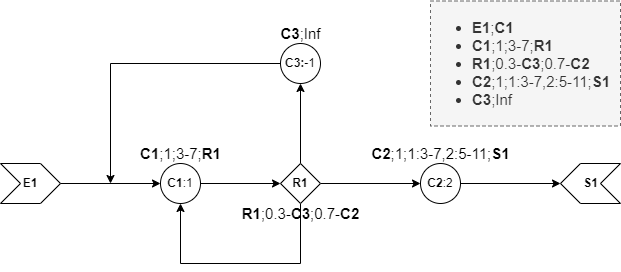
This is Diagrama.png from EdTonatto/UFFS-2022.1-Modelagem_e_simulacao, a draw.io export, as it was before one commit. Source tidied: cells renumbered, new cells last; positions are measured from the earlier drawing's top-left corner, leaving out a move shared by most shapes. Its diagram source:
```xml
<mxGraphModel>
  <root>
    <mxCell id="0" />
    <mxCell id="1" parent="0" />
    <mxCell id="2" style="edgeStyle=orthogonalEdgeStyle;rounded=0;jettySize=auto;html=1;exitX=1;exitY=0.5;exitDx=0;exitDy=0;entryX=0;entryY=0.5;entryDx=0;entryDy=0;" parent="1" edge="1" source="3" target="5">
      <mxGeometry relative="1" as="geometry" />
    </mxCell>
    <mxCell id="3" value="E1" style="shape=step;perimeter=stepPerimeter;whiteSpace=wrap;html=1;fixedSize=1;fontStyle=1;" parent="1" vertex="1">
      <mxGeometry y="162" width="60" height="40" as="geometry" />
    </mxCell>
    <mxCell id="4" style="edgeStyle=orthogonalEdgeStyle;rounded=0;jettySize=auto;html=1;exitX=1;exitY=0.5;exitDx=0;exitDy=0;entryX=0;entryY=0.5;entryDx=0;entryDy=0;" parent="1" edge="1" source="5" target="9">
      <mxGeometry relative="1" as="geometry" />
    </mxCell>
    <mxCell id="5" value="&lt;b&gt;C1&lt;/b&gt;:1" style="ellipse;whiteSpace=wrap;html=1;" parent="1" vertex="1">
      <mxGeometry x="160" y="162" width="40" height="40" as="geometry" />
    </mxCell>
    <mxCell id="6" style="edgeStyle=orthogonalEdgeStyle;rounded=0;jettySize=auto;html=1;exitX=0.5;exitY=1;exitDx=0;exitDy=0;entryX=0.5;entryY=1;entryDx=0;entryDy=0;" parent="1" edge="1" source="9" target="5">
      <mxGeometry relative="1" as="geometry">
        <Array as="points">
          <mxPoint x="300" y="262" />
          <mxPoint x="180" y="262" />
        </Array>
      </mxGeometry>
    </mxCell>
    <mxCell id="7" style="edgeStyle=orthogonalEdgeStyle;rounded=0;jettySize=auto;html=1;exitX=1;exitY=0.5;exitDx=0;exitDy=0;entryX=0;entryY=0.5;entryDx=0;entryDy=0;" parent="1" edge="1" source="9" target="11">
      <mxGeometry relative="1" as="geometry" />
    </mxCell>
    <mxCell id="8" style="edgeStyle=orthogonalEdgeStyle;rounded=0;jettySize=auto;html=1;exitX=0.5;exitY=0;exitDx=0;exitDy=0;entryX=0.5;entryY=1;entryDx=0;entryDy=0;" parent="1" edge="1" source="9" target="14">
      <mxGeometry relative="1" as="geometry" />
    </mxCell>
    <mxCell id="9" value="&lt;b&gt;R1&lt;/b&gt;" style="rhombus;whiteSpace=wrap;html=1;" parent="1" vertex="1">
      <mxGeometry x="280" y="162" width="40" height="40" as="geometry" />
    </mxCell>
    <mxCell id="10" style="edgeStyle=orthogonalEdgeStyle;rounded=0;jettySize=auto;html=1;exitX=1;exitY=0.5;exitDx=0;exitDy=0;entryX=1;entryY=0.5;entryDx=0;entryDy=0;" parent="1" edge="1" source="11" target="12">
      <mxGeometry relative="1" as="geometry" />
    </mxCell>
    <mxCell id="11" value="&lt;b&gt;C2&lt;/b&gt;:2" style="ellipse;whiteSpace=wrap;html=1;" parent="1" vertex="1">
      <mxGeometry x="420" y="162" width="40" height="40" as="geometry" />
    </mxCell>
    <mxCell id="12" style="shape=step;perimeter=stepPerimeter;whiteSpace=wrap;html=1;fixedSize=1;rotation=-180;" parent="1" vertex="1">
      <mxGeometry x="560" y="162" width="60" height="40" as="geometry" />
    </mxCell>
    <mxCell id="13" style="edgeStyle=orthogonalEdgeStyle;rounded=0;jettySize=auto;html=1;exitX=0;exitY=0.5;exitDx=0;exitDy=0;" parent="1" edge="1" source="14">
      <mxGeometry relative="1" as="geometry">
        <mxPoint x="110" y="182" as="targetPoint" />
      </mxGeometry>
    </mxCell>
    <mxCell id="14" value="&lt;b&gt;C3:&lt;/b&gt;-1" style="ellipse;whiteSpace=wrap;html=1;" parent="1" vertex="1">
      <mxGeometry x="280" y="42" width="40" height="40" as="geometry" />
    </mxCell>
    <mxCell id="15" value="C1&lt;span style=&quot;font-weight: normal;&quot;&gt;;1;3-7;&lt;/span&gt;R1" style="text;strokeColor=none;fillColor=none;fontSize=15;fontStyle=1;verticalAlign=middle;align=center;labelBackgroundColor=none;labelBorderColor=none;html=1;" parent="1" vertex="1">
      <mxGeometry x="130" y="132" width="100" height="40" as="geometry" />
    </mxCell>
    <mxCell id="16" value="&lt;b&gt;R1&lt;/b&gt;;0.3-&lt;b&gt;C3&lt;/b&gt;;0.7-&lt;b&gt;C2&lt;/b&gt;" style="text;strokeColor=none;fillColor=none;fontSize=15;fontStyle=0;verticalAlign=middle;align=center;labelBackgroundColor=none;labelBorderColor=none;html=1;" parent="1" vertex="1">
      <mxGeometry x="250" y="192" width="100" height="40" as="geometry" />
    </mxCell>
    <mxCell id="17" value="C2&lt;span style=&quot;font-weight: normal;&quot;&gt;;1;1:3-7,2:5-11;&lt;/span&gt;S1" style="text;strokeColor=none;fillColor=none;fontSize=15;fontStyle=1;verticalAlign=middle;align=center;labelBackgroundColor=none;labelBorderColor=none;html=1;" parent="1" vertex="1">
      <mxGeometry x="390" y="132" width="100" height="40" as="geometry" />
    </mxCell>
    <mxCell id="18" value="C3&lt;span style=&quot;font-weight: normal;&quot;&gt;;Inf&lt;br&gt;&lt;/span&gt;" style="text;strokeColor=none;fillColor=none;fontSize=15;fontStyle=1;verticalAlign=middle;align=center;labelBackgroundColor=none;labelBorderColor=none;html=1;" parent="1" vertex="1">
      <mxGeometry x="250" y="12" width="100" height="40" as="geometry" />
    </mxCell>
    <mxCell id="19" value="S1" style="text;strokeColor=none;fillColor=none;html=1;fontSize=12;fontStyle=1;verticalAlign=middle;align=center;labelBackgroundColor=none;labelBorderColor=none;" parent="1" vertex="1">
      <mxGeometry x="580" y="162" width="20" height="40" as="geometry" />
    </mxCell>
    <mxCell id="20" value="&lt;ul style=&quot;font-size: 15px;&quot;&gt;&lt;li&gt;&lt;b&gt;E1&lt;/b&gt;;&lt;b&gt;C1&lt;/b&gt;&lt;/li&gt;&lt;li&gt;&lt;span style=&quot;font-size: 15px; font-weight: 700; text-align: center;&quot;&gt;C1&lt;/span&gt;&lt;span style=&quot;font-size: 15px; text-align: center;&quot;&gt;;1;3-7;&lt;/span&gt;&lt;span style=&quot;font-size: 15px; font-weight: 700; text-align: center;&quot;&gt;R1&lt;/span&gt;&lt;br&gt;&lt;/li&gt;&lt;li&gt;&lt;b style=&quot;text-align: center;&quot;&gt;R1&lt;/b&gt;&lt;span style=&quot;text-align: center;&quot;&gt;;0.3-&lt;/span&gt;&lt;b style=&quot;text-align: center;&quot;&gt;C3&lt;/b&gt;&lt;span style=&quot;text-align: center;&quot;&gt;;0.7-&lt;/span&gt;&lt;b style=&quot;text-align: center;&quot;&gt;C2&lt;/b&gt;&lt;br&gt;&lt;/li&gt;&lt;li&gt;&lt;b style=&quot;text-align: center;&quot;&gt;C2&lt;span style=&quot;font-weight: normal;&quot;&gt;;1;1:3-7,2:5-11;&lt;/span&gt;&lt;span style=&quot;&quot;&gt;S1&lt;/span&gt;&lt;br&gt;&lt;/b&gt;&lt;/li&gt;&lt;li&gt;&lt;b style=&quot;text-align: center;&quot;&gt;&lt;span style=&quot;&quot;&gt;C3&lt;span style=&quot;font-weight: normal;&quot;&gt;;Inf&lt;/span&gt;&lt;br&gt;&lt;/span&gt;&lt;/b&gt;&lt;/li&gt;&lt;/ul&gt;" style="text;html=1;verticalAlign=middle;overflow=hidden;labelBackgroundColor=none;labelBorderColor=none;fontSize=12;spacingRight=0;rounded=0;glass=0;fillColor=#f5f5f5;fontColor=#333333;strokeColor=#666666;dashed=1;whiteSpace=wrap;gradientColor=none;" parent="1" vertex="1">
      <mxGeometry x="430" y="-0.5" width="190" height="125" as="geometry" />
    </mxCell>
  </root>
</mxGraphModel>
```
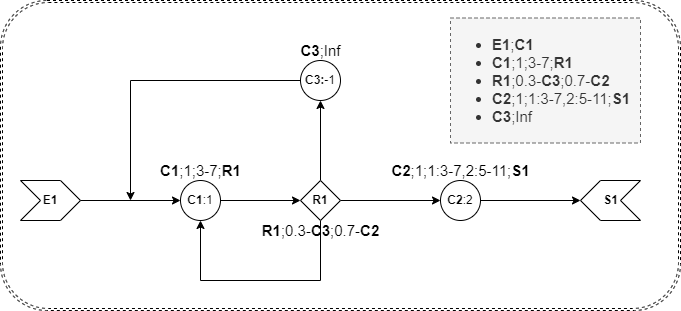
Above is the later version.

Commit message:
:memo: Atualizado imagem diagrama

Diff of the diagram source:
```diff
@@ -2,6 +2,9 @@
   <root>
     <mxCell id="0" />
     <mxCell id="1" parent="0" />
+    <mxCell id="21" style="shape=ext;double=1;rounded=1;whiteSpace=wrap;html=1;glass=0;labelBackgroundColor=none;labelBorderColor=none;fontSize=15;dashed=1;" parent="1" vertex="1">
+      <mxGeometry x="-20" y="-18" width="680" height="310" as="geometry" />
+    </mxCell>
     <mxCell id="2" style="edgeStyle=orthogonalEdgeStyle;rounded=0;jettySize=auto;html=1;exitX=1;exitY=0.5;exitDx=0;exitDy=0;entryX=0;entryY=0.5;entryDx=0;entryDy=0;" parent="1" edge="1" source="3" target="5">
       <mxGeometry relative="1" as="geometry" />
     </mxCell>
```
